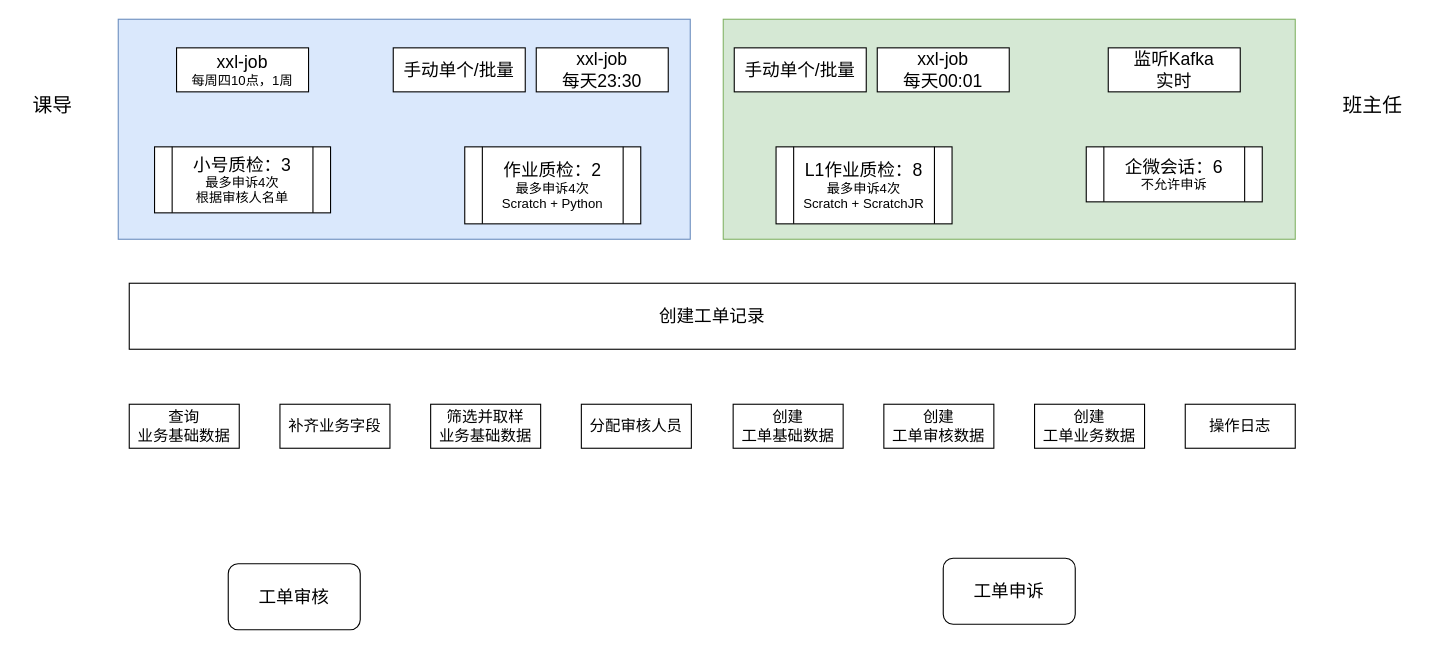
Above: 核桃-工单系统业务梳理.drawio in hongweilv-whu/flowCharts (draw.io), before the change. Source tidied: cells renumbered, new cells numbered last; positions are measured from the earlier drawing's top-left corner, leaving out a move shared by most shapes. Both pictures are drawn from the tidied source at 110%, with x=0, y=0 at pixel (19, 19).
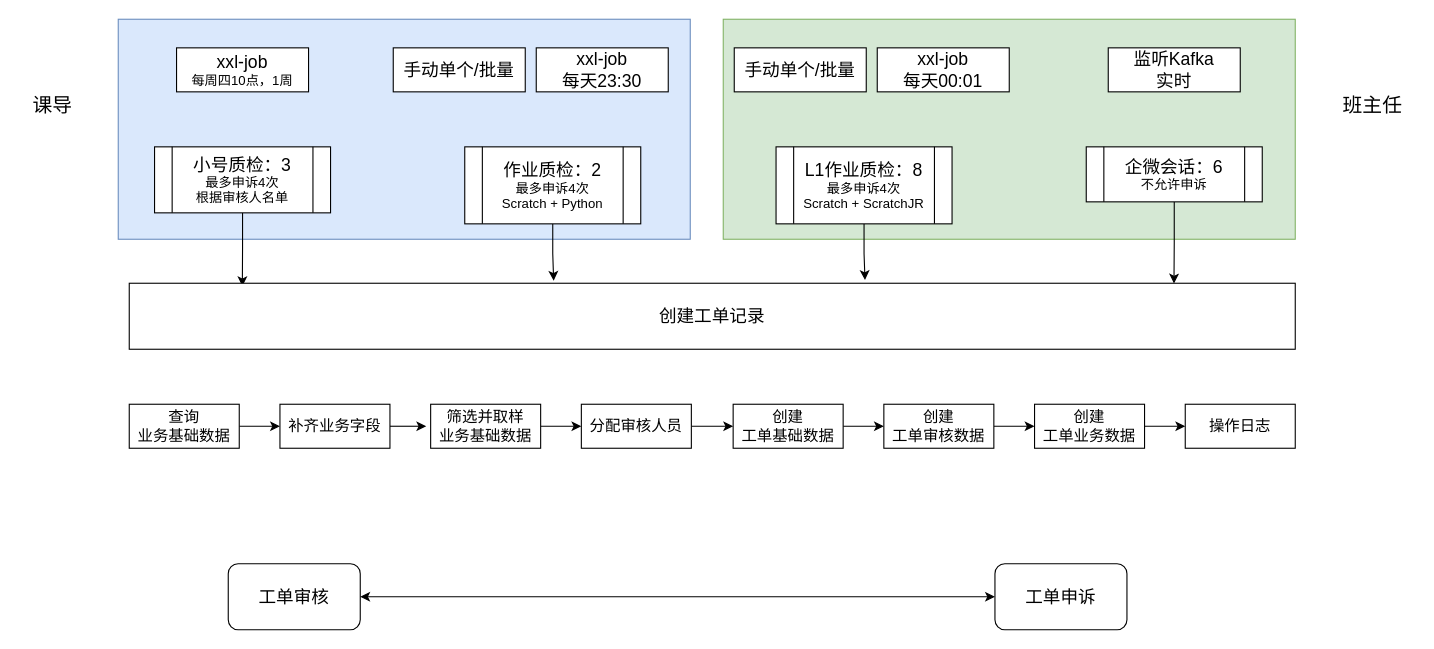
The same page after the edit.

Commit message:
更新核桃-工单系统业务梳理.drawio

Unchanged cells that the change refers to:
```xml
<mxCell id="4" value="&lt;font style=&quot;&quot;&gt;&lt;span style=&quot;font-size: 16px;&quot;&gt;小号质检：3&lt;/span&gt;&lt;br&gt;&lt;font style=&quot;font-size: 12px;&quot;&gt;最多申诉4次&lt;br&gt;&lt;/font&gt;根据审核人名单&lt;br&gt;&lt;/font&gt;" style="shape=process;whiteSpace=wrap;html=1;backgroundOutline=1;" parent="1" vertex="1">
  <mxGeometry x="123" y="116" width="160" height="60" as="geometry" />
</mxCell>
<mxCell id="5" value="&lt;font style=&quot;&quot;&gt;&lt;span style=&quot;font-size: 16px;&quot;&gt;作业质检：2&lt;/span&gt;&lt;br&gt;&lt;font style=&quot;font-size: 12px;&quot;&gt;最多申诉4次&lt;br&gt;&lt;/font&gt;Scratch + Python&lt;br&gt;&lt;/font&gt;" style="shape=process;whiteSpace=wrap;html=1;backgroundOutline=1;" parent="1" vertex="1">
  <mxGeometry x="405" y="116" width="160" height="70" as="geometry" />
</mxCell>
<mxCell id="6" value="&lt;font style=&quot;&quot;&gt;&lt;span style=&quot;font-size: 16px;&quot;&gt;L1作业质检：8&lt;/span&gt;&lt;br&gt;&lt;font style=&quot;font-size: 12px;&quot;&gt;最多申诉4次&lt;br&gt;&lt;/font&gt;Scratch + ScratchJR&lt;br&gt;&lt;/font&gt;" style="shape=process;whiteSpace=wrap;html=1;backgroundOutline=1;" parent="1" vertex="1">
  <mxGeometry x="688" y="116" width="160" height="70" as="geometry" />
</mxCell>
<mxCell id="10" value="&lt;span style=&quot;font-size: 16px;&quot;&gt;企微会话：6&lt;/span&gt;&lt;br&gt;不允许申诉" style="shape=process;whiteSpace=wrap;html=1;backgroundOutline=1;" parent="1" vertex="1">
  <mxGeometry x="970" y="116" width="160" height="50" as="geometry" />
</mxCell>
<mxCell id="14" value="&lt;span style=&quot;font-size: 16px;&quot;&gt;创建工单记录&lt;/span&gt;" style="rounded=0;whiteSpace=wrap;html=1;" parent="1" vertex="1">
  <mxGeometry x="100" y="240" width="1060" height="60" as="geometry" />
</mxCell>
<mxCell id="17" value="&lt;font style=&quot;font-size: 14px;&quot;&gt;查询&lt;br&gt;业务基础数据&lt;/font&gt;" style="rounded=0;whiteSpace=wrap;html=1;" parent="1" vertex="1">
  <mxGeometry x="100" y="350" width="100" height="40" as="geometry" />
</mxCell>
<mxCell id="18" value="&lt;font style=&quot;font-size: 14px;&quot;&gt;补齐业务字段&lt;/font&gt;" style="rounded=0;whiteSpace=wrap;html=1;" parent="1" vertex="1">
  <mxGeometry x="237" y="350" width="100" height="40" as="geometry" />
</mxCell>
<mxCell id="19" value="&lt;font style=&quot;font-size: 14px;&quot;&gt;筛选并取样&lt;br&gt;业务基础数据&lt;/font&gt;" style="rounded=0;whiteSpace=wrap;html=1;" parent="1" vertex="1">
  <mxGeometry x="374" y="350" width="100" height="40" as="geometry" />
</mxCell>
<mxCell id="20" value="&lt;span style=&quot;font-size: 14px;&quot;&gt;分配审核人员&lt;/span&gt;" style="rounded=0;whiteSpace=wrap;html=1;" parent="1" vertex="1">
  <mxGeometry x="511" y="350" width="100" height="40" as="geometry" />
</mxCell>
<mxCell id="21" value="&lt;span style=&quot;font-size: 14px;&quot;&gt;创建&lt;br&gt;工单基础数据&lt;/span&gt;" style="rounded=0;whiteSpace=wrap;html=1;" parent="1" vertex="1">
  <mxGeometry x="649" y="350" width="100" height="40" as="geometry" />
</mxCell>
<mxCell id="22" value="&lt;span style=&quot;font-size: 14px;&quot;&gt;创建&lt;br&gt;工单审核数据&lt;/span&gt;" style="rounded=0;whiteSpace=wrap;html=1;" parent="1" vertex="1">
  <mxGeometry x="786" y="350" width="100" height="40" as="geometry" />
</mxCell>
<mxCell id="23" value="&lt;span style=&quot;font-size: 14px;&quot;&gt;创建&lt;br&gt;工单业务数据&lt;/span&gt;" style="rounded=0;whiteSpace=wrap;html=1;" parent="1" vertex="1">
  <mxGeometry x="923" y="350" width="100" height="40" as="geometry" />
</mxCell>
<mxCell id="24" value="&lt;span style=&quot;font-size: 14px;&quot;&gt;操作日志&lt;/span&gt;" style="rounded=0;whiteSpace=wrap;html=1;" parent="1" vertex="1">
  <mxGeometry x="1060" y="350" width="100" height="40" as="geometry" />
</mxCell>
<mxCell id="25" value="&lt;font style=&quot;font-size: 16px;&quot;&gt;工单审核&lt;/font&gt;" style="rounded=1;whiteSpace=wrap;html=1;" parent="1" vertex="1">
  <mxGeometry x="190" y="495" width="120" height="60" as="geometry" />
</mxCell>
```

Change to the diagram source:
```diff
@@
+    <mxCell id="27" style="edgeStyle=orthogonalEdgeStyle;rounded=0;jettySize=auto;html=1;exitX=0.5;exitY=1;exitDx=0;exitDy=0;entryX=0.097;entryY=0.044;entryDx=0;entryDy=0;entryPerimeter=0;" parent="1" edge="1" source="4" target="14">
+      <mxGeometry relative="1" as="geometry" />
+    </mxCell>
@@
+    <mxCell id="28" style="edgeStyle=orthogonalEdgeStyle;rounded=0;jettySize=auto;html=1;exitX=0.5;exitY=1;exitDx=0;exitDy=0;entryX=0.364;entryY=-0.037;entryDx=0;entryDy=0;entryPerimeter=0;" parent="1" edge="1" source="5" target="14">
+      <mxGeometry relative="1" as="geometry" />
+    </mxCell>
@@
+    <mxCell id="29" style="edgeStyle=orthogonalEdgeStyle;rounded=0;jettySize=auto;html=1;exitX=0.5;exitY=1;exitDx=0;exitDy=0;entryX=0.631;entryY=-0.049;entryDx=0;entryDy=0;entryPerimeter=0;" parent="1" edge="1" source="6" target="14">
+      <mxGeometry relative="1" as="geometry" />
+    </mxCell>
@@
+    <mxCell id="30" style="edgeStyle=orthogonalEdgeStyle;rounded=0;jettySize=auto;html=1;exitX=0.5;exitY=1;exitDx=0;exitDy=0;entryX=0.896;entryY=0.004;entryDx=0;entryDy=0;entryPerimeter=0;" parent="1" edge="1" source="10" target="14">
+      <mxGeometry relative="1" as="geometry" />
+    </mxCell>
@@
+    <mxCell id="31" style="edgeStyle=orthogonalEdgeStyle;rounded=0;jettySize=auto;html=1;exitX=1;exitY=0.5;exitDx=0;exitDy=0;entryX=0;entryY=0.5;entryDx=0;entryDy=0;" parent="1" edge="1" source="17" target="18">
+      <mxGeometry relative="1" as="geometry" />
+    </mxCell>
@@
+    <mxCell id="32" style="edgeStyle=orthogonalEdgeStyle;rounded=0;jettySize=auto;html=1;exitX=1;exitY=0.5;exitDx=0;exitDy=0;" parent="1" edge="1" source="18">
+      <mxGeometry relative="1" as="geometry">
+        <mxPoint x="370" y="369.5" as="targetPoint" />
+      </mxGeometry>
+    </mxCell>
@@
+    <mxCell id="33" style="edgeStyle=orthogonalEdgeStyle;rounded=0;jettySize=auto;html=1;exitX=1;exitY=0.5;exitDx=0;exitDy=0;entryX=0;entryY=0.5;entryDx=0;entryDy=0;" parent="1" edge="1" source="19" target="20">
+      <mxGeometry relative="1" as="geometry" />
+    </mxCell>
@@
+    <mxCell id="34" style="edgeStyle=orthogonalEdgeStyle;rounded=0;jettySize=auto;html=1;exitX=1;exitY=0.5;exitDx=0;exitDy=0;" parent="1" edge="1" source="20" target="21">
+      <mxGeometry relative="1" as="geometry" />
+    </mxCell>
@@
+    <mxCell id="35" style="edgeStyle=orthogonalEdgeStyle;rounded=0;jettySize=auto;html=1;exitX=1;exitY=0.5;exitDx=0;exitDy=0;" parent="1" edge="1" source="21" target="22">
+      <mxGeometry relative="1" as="geometry" />
+    </mxCell>
@@
+    <mxCell id="36" style="edgeStyle=orthogonalEdgeStyle;rounded=0;jettySize=auto;html=1;exitX=1;exitY=0.5;exitDx=0;exitDy=0;entryX=0;entryY=0.5;entryDx=0;entryDy=0;" parent="1" edge="1" source="22" target="23">
+      <mxGeometry relative="1" as="geometry" />
+    </mxCell>
@@
+    <mxCell id="37" style="edgeStyle=orthogonalEdgeStyle;rounded=0;jettySize=auto;html=1;exitX=1;exitY=0.5;exitDx=0;exitDy=0;entryX=0;entryY=0.5;entryDx=0;entryDy=0;" parent="1" edge="1" source="23" target="24">
+      <mxGeometry relative="1" as="geometry" />
+    </mxCell>
@@
     <mxCell id="26" value="&lt;font style=&quot;font-size: 16px;&quot;&gt;工单申诉&lt;/font&gt;" style="rounded=1;whiteSpace=wrap;html=1;" parent="1" vertex="1">
-      <mxGeometry x="840" y="490" width="120" height="60" as="geometry" />
+      <mxGeometry x="887" y="495" width="120" height="60" as="geometry" />
     </mxCell>
+    <mxCell id="38" style="endArrow=classic;startArrow=classic;html=1;rounded=0;exitX=0;exitY=0.5;exitDx=0;exitDy=0;entryX=1;entryY=0.5;entryDx=0;entryDy=0;" parent="1" edge="1" source="26" target="25">
+      <mxGeometry relative="1" as="geometry" />
+    </mxCell>
```
